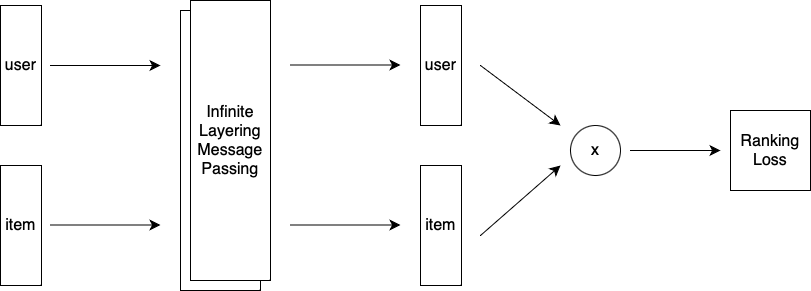
Earlier version of the draw.io export graphs/lightgcn.png (siddhantpathakk/GNN4Rec). Source tidied: cells renumbered, new cells last; positions are measured from the earlier drawing's top-left corner, leaving out a move shared by most shapes. Source of this version:
```xml
<mxGraphModel>
  <root>
    <mxCell id="0" />
    <mxCell id="1" parent="0" />
    <mxCell id="2" value="&lt;font style=&quot;font-size: 16px;&quot;&gt;user&lt;/font&gt;" style="rounded=0;whiteSpace=wrap;html=1;fontSize=16;" parent="1" vertex="1">
      <mxGeometry y="5" width="41" height="120" as="geometry" />
    </mxCell>
    <mxCell id="3" value="item" style="rounded=0;whiteSpace=wrap;html=1;fontSize=16;" parent="1" vertex="1">
      <mxGeometry y="165" width="41" height="120" as="geometry" />
    </mxCell>
    <mxCell id="4" style="endArrow=classic;html=1;rounded=0;fontSize=12;startSize=8;endSize=8;curved=1;" parent="1" edge="1">
      <mxGeometry relative="1" as="geometry">
        <mxPoint x="50" y="65" as="sourcePoint" />
        <mxPoint x="160" y="65" as="targetPoint" />
      </mxGeometry>
    </mxCell>
    <mxCell id="5" style="endArrow=classic;html=1;rounded=0;fontSize=12;startSize=8;endSize=8;curved=1;" parent="1" edge="1">
      <mxGeometry relative="1" as="geometry">
        <mxPoint x="50" y="224.5" as="sourcePoint" />
        <mxPoint x="160" y="224.5" as="targetPoint" />
      </mxGeometry>
    </mxCell>
    <mxCell id="6" style="rounded=0;whiteSpace=wrap;html=1;fontSize=16;" parent="1" vertex="1">
      <mxGeometry x="180" y="10" width="80" height="280" as="geometry" />
    </mxCell>
    <mxCell id="7" value="Infinite Layering Message Passing" style="rounded=0;whiteSpace=wrap;html=1;fontSize=16;" parent="1" vertex="1">
      <mxGeometry x="190" width="80" height="280" as="geometry" />
    </mxCell>
    <mxCell id="8" style="endArrow=classic;html=1;rounded=0;fontSize=12;startSize=8;endSize=8;curved=1;" parent="1" edge="1">
      <mxGeometry relative="1" as="geometry">
        <mxPoint x="290" y="64.5" as="sourcePoint" />
        <mxPoint x="400" y="64.5" as="targetPoint" />
      </mxGeometry>
    </mxCell>
    <mxCell id="9" style="endArrow=classic;html=1;rounded=0;fontSize=12;startSize=8;endSize=8;curved=1;" parent="1" edge="1">
      <mxGeometry relative="1" as="geometry">
        <mxPoint x="290" y="224.5" as="sourcePoint" />
        <mxPoint x="400" y="224.5" as="targetPoint" />
      </mxGeometry>
    </mxCell>
    <mxCell id="10" value="user" style="rounded=0;whiteSpace=wrap;html=1;fontSize=16;" parent="1" vertex="1">
      <mxGeometry x="420" y="5" width="41" height="120" as="geometry" />
    </mxCell>
    <mxCell id="11" value="item" style="rounded=0;whiteSpace=wrap;html=1;fontSize=16;" parent="1" vertex="1">
      <mxGeometry x="420" y="165" width="41" height="120" as="geometry" />
    </mxCell>
    <mxCell id="12" style="endArrow=classic;html=1;rounded=0;fontSize=12;startSize=8;endSize=8;curved=1;" parent="1" edge="1">
      <mxGeometry relative="1" as="geometry">
        <mxPoint x="480" y="65" as="sourcePoint" />
        <mxPoint x="560" y="125" as="targetPoint" />
      </mxGeometry>
    </mxCell>
    <mxCell id="13" style="endArrow=classic;html=1;rounded=0;fontSize=12;startSize=8;endSize=8;curved=1;" parent="1" edge="1">
      <mxGeometry relative="1" as="geometry">
        <mxPoint x="480" y="235" as="sourcePoint" />
        <mxPoint x="560" y="165" as="targetPoint" />
      </mxGeometry>
    </mxCell>
    <mxCell id="14" value="x" style="ellipse;whiteSpace=wrap;html=1;fontSize=16;" parent="1" vertex="1">
      <mxGeometry x="570" y="125" width="50" height="50" as="geometry" />
    </mxCell>
    <mxCell id="15" value="Ranking Loss" style="whiteSpace=wrap;html=1;fontSize=16;" parent="1" vertex="1">
      <mxGeometry x="730" y="110" width="80" height="80" as="geometry" />
    </mxCell>
    <mxCell id="16" style="endArrow=classic;html=1;rounded=0;fontSize=12;startSize=8;endSize=8;curved=1;" parent="1" edge="1">
      <mxGeometry relative="1" as="geometry">
        <mxPoint x="630" y="150" as="sourcePoint" />
        <mxPoint x="720" y="150" as="targetPoint" />
      </mxGeometry>
    </mxCell>
  </root>
</mxGraphModel>
```
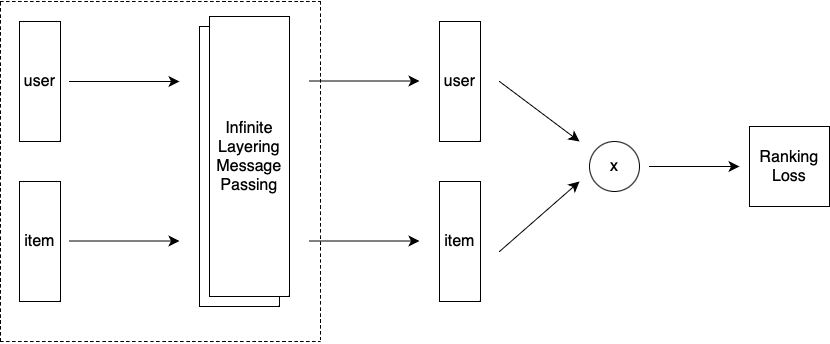
After the commit.

What changed in the source:
```diff
@@ -68,5 +68,29 @@
         <mxPoint x="720" y="150" as="targetPoint" />
       </mxGeometry>
     </mxCell>
+    <mxCell id="17" style="endArrow=none;dashed=1;html=1;rounded=0;fontSize=12;startSize=8;endSize=8;curved=1;" parent="1" edge="1">
+      <mxGeometry relative="1" as="geometry">
+        <mxPoint x="-19" y="-15" as="sourcePoint" />
+        <mxPoint x="301" y="-15" as="targetPoint" />
+      </mxGeometry>
+    </mxCell>
+    <mxCell id="18" style="endArrow=none;dashed=1;html=1;rounded=0;fontSize=12;startSize=8;endSize=8;curved=1;" parent="1" edge="1">
+      <mxGeometry relative="1" as="geometry">
+        <mxPoint x="-19" y="325" as="sourcePoint" />
+        <mxPoint x="301" y="325" as="targetPoint" />
+      </mxGeometry>
+    </mxCell>
+    <mxCell id="19" style="endArrow=none;dashed=1;html=1;rounded=0;fontSize=12;startSize=8;endSize=8;curved=1;" parent="1" edge="1">
+      <mxGeometry relative="1" as="geometry">
+        <mxPoint x="-19" y="325" as="sourcePoint" />
+        <mxPoint x="-19" y="-15" as="targetPoint" />
+      </mxGeometry>
+    </mxCell>
+    <mxCell id="20" style="endArrow=none;dashed=1;html=1;rounded=0;fontSize=12;startSize=8;endSize=8;curved=1;" parent="1" edge="1">
+      <mxGeometry relative="1" as="geometry">
+        <mxPoint x="301" y="324" as="sourcePoint" />
+        <mxPoint x="301" y="-16" as="targetPoint" />
+      </mxGeometry>
+    </mxCell>
   </root>
 </mxGraphModel>
```
